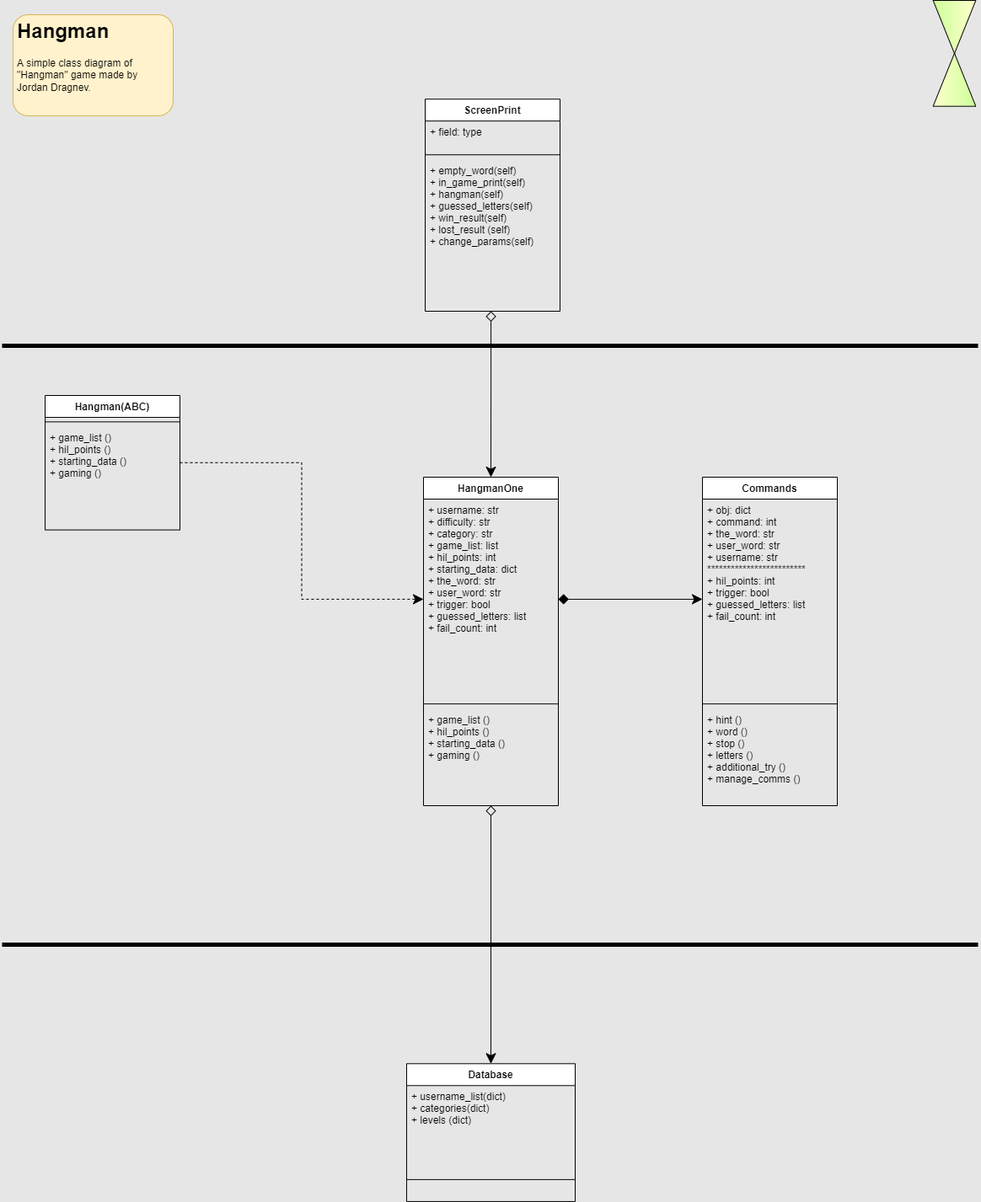
This is hangman/images/hangman_class_diagram.png from jordrag/Exercises, a draw.io export, as it was before one commit. Source tidied: cells renumbered, new cells last; positions are measured from the earlier drawing's top-left corner, leaving out a move shared by most shapes.
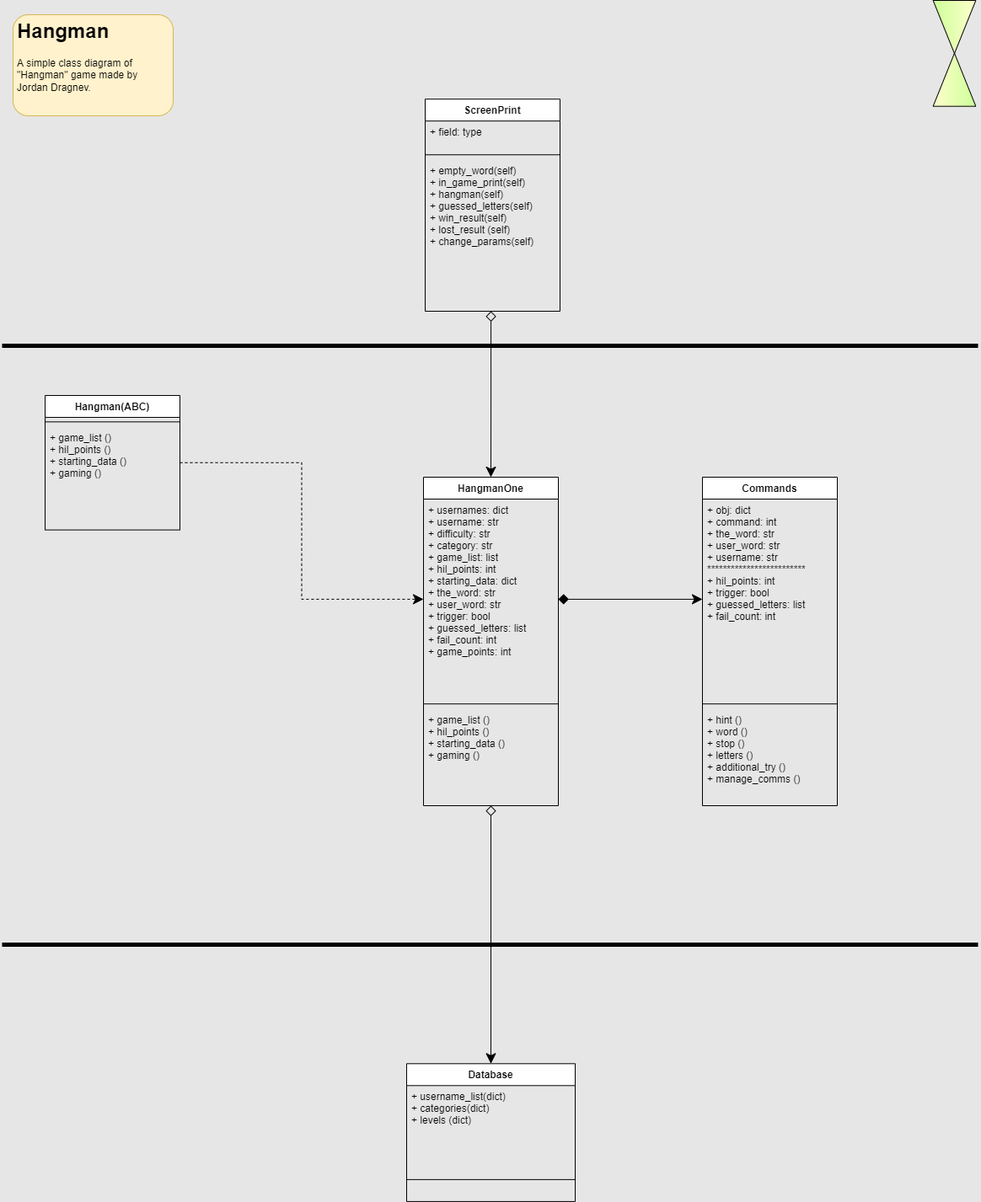
Later version of the same file.

Commit message:
Fully working with commands class and saving data to files.

What changed in the source:
```diff
@@ -35,7 +35,7 @@
     <mxCell id="12" value="HangmanOne" style="swimlane;fontStyle=1;align=center;verticalAlign=top;horizontal=1;startSize=26;" parent="1" vertex="1">
       <mxGeometry x="500" y="563" width="160" height="390" as="geometry" />
     </mxCell>
-    <mxCell id="13" value="+ username: str&#10;+ difficulty: str&#10;+ category: str&#10;+ game_list: list&#10;+ hil_points: int&#10;+ starting_data: dict &#10;+ the_word: str&#10;+ user_word: str&#10;+ trigger: bool&#10;+ guessed_letters: list&#10;+ fail_count: int" style="text;strokeColor=none;fillColor=none;align=left;verticalAlign=top;spacingLeft=4;spacingRight=4;overflow=hidden;points=[[0,0.5],[1,0.5]];portConstraint=eastwest;" parent="12" vertex="1">
+    <mxCell id="13" value="+ usernames: dict&#10;+ username: str&#10;+ difficulty: str&#10;+ category: str&#10;+ game_list: list&#10;+ hil_points: int&#10;+ starting_data: dict &#10;+ the_word: str&#10;+ user_word: str&#10;+ trigger: bool&#10;+ guessed_letters: list&#10;+ fail_count: int&#10;+ game_points: int" style="text;strokeColor=none;fillColor=none;align=left;verticalAlign=top;spacingLeft=4;spacingRight=4;overflow=hidden;points=[[0,0.5],[1,0.5]];portConstraint=eastwest;" parent="12" vertex="1">
       <mxGeometry y="26" width="160" height="237.8" as="geometry" />
     </mxCell>
     <mxCell id="14" style="line;strokeWidth=1;fillColor=none;align=left;verticalAlign=middle;spacingTop=-1;spacingLeft=3;spacingRight=3;labelPosition=right;strokeColor=inherit;" parent="12" vertex="1">
```
